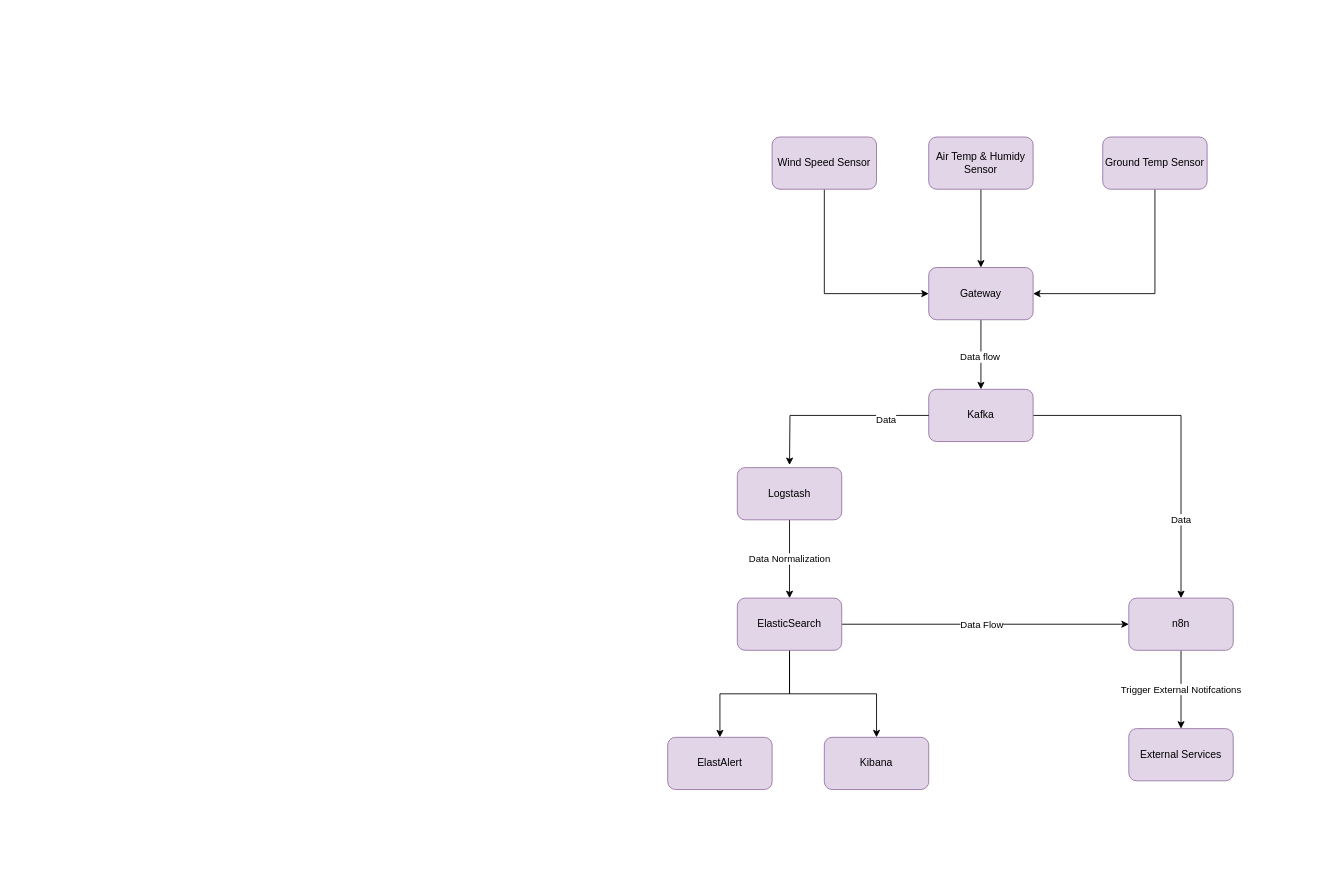
Earlier version of the draw.io diagram architecture/architecture.drawio (martaaoliveira/RAT_EOS_PC). Source tidied: cells renumbered, new cells numbered last; positions are measured from the earlier drawing's top-left corner, leaving out a move shared by most shapes. Both pictures are drawn from the tidied source at 87%, with x=0, y=0 at pixel (667, 137).
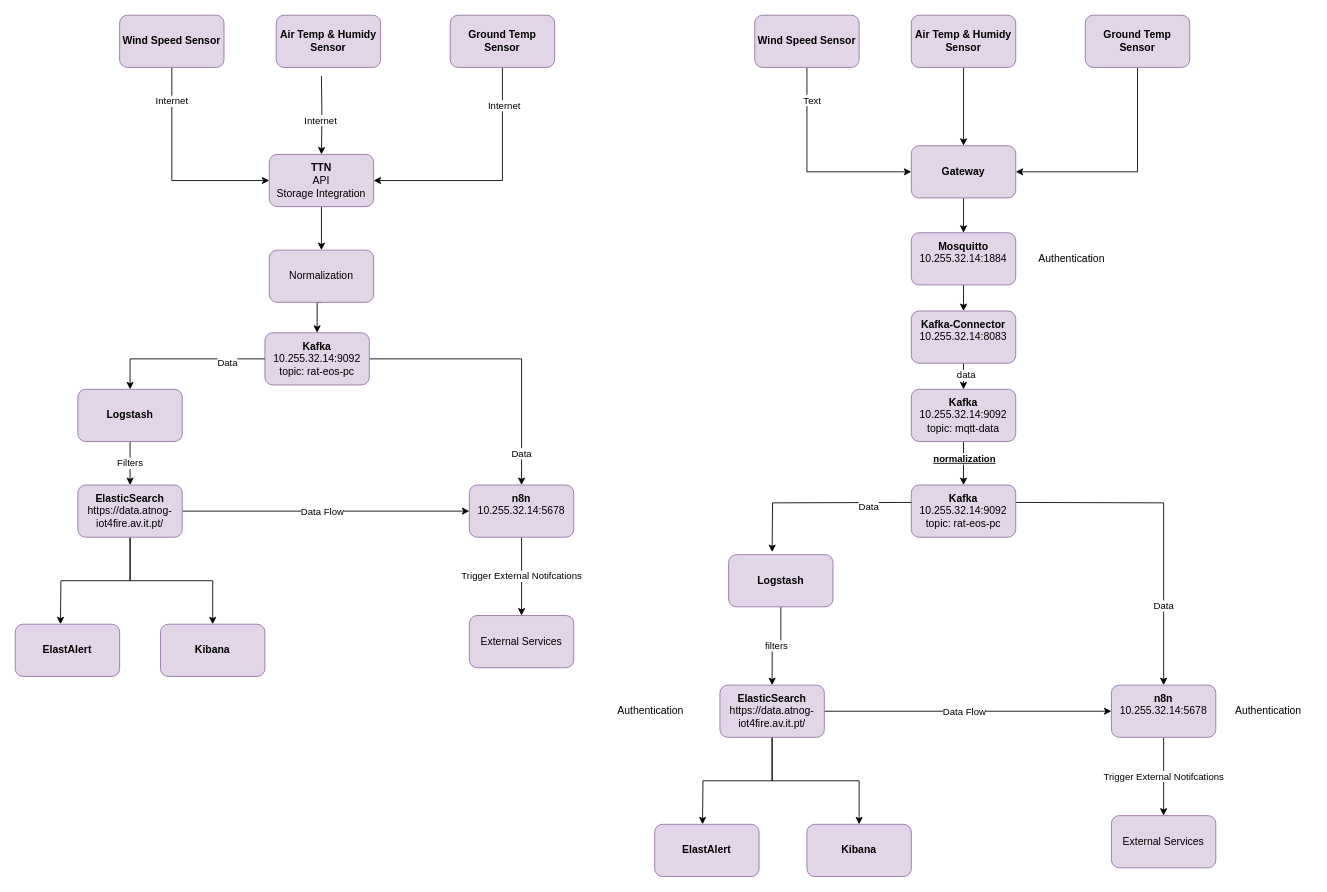
After the change.

The change refers to these unchanged cells:
```xml
<mxCell id="2" style="edgeStyle=orthogonalEdgeStyle;rounded=0;jettySize=auto;html=1;exitX=0.5;exitY=1;exitDx=0;exitDy=0;entryX=0;entryY=0.5;entryDx=0;entryDy=0;" parent="1" edge="1" source="3" target="10">
  <mxGeometry relative="1" as="geometry" />
</mxCell>
```

The edit, as a diff of the source:
```diff
@@
+    <mxCell id="28" value="Text" style="edgeLabel;html=1;align=center;verticalAlign=middle;" parent="2" vertex="1">
+      <mxGeometry x="-0.69" y="5" relative="1" as="geometry" />
+    </mxCell>
-    <mxCell id="3" value="Wind Speed Sensor" style="rounded=1;whiteSpace=wrap;html=1;fillColor=#e1d5e7;strokeColor=#9673a6;" parent="1" vertex="1">
-      <mxGeometry x="120" width="120" height="60" as="geometry" />
+    <mxCell id="3" value="&lt;b&gt;Wind Speed Sensor&lt;/b&gt;" style="rounded=1;whiteSpace=wrap;html=1;fillColor=#e1d5e7;strokeColor=#9673a6;" parent="1" vertex="1">
+      <mxGeometry x="100" y="-140" width="120" height="60" as="geometry" />
     </mxCell>
@@
-    <mxCell id="5" value="Air Temp &amp;amp; Humidy Sensor" style="rounded=1;whiteSpace=wrap;html=1;fillColor=#e1d5e7;strokeColor=#9673a6;" parent="1" vertex="1">
-      <mxGeometry x="300" width="120" height="60" as="geometry" />
+    <mxCell id="5" value="&lt;b&gt;Air Temp &amp;amp; Humidy Sensor&lt;/b&gt;" style="rounded=1;whiteSpace=wrap;html=1;fillColor=#e1d5e7;strokeColor=#9673a6;" parent="1" vertex="1">
+      <mxGeometry x="280" y="-140" width="120" height="60" as="geometry" />
     </mxCell>
@@
-    <mxCell id="7" value="Ground Temp Sensor" style="rounded=1;whiteSpace=wrap;html=1;fillColor=#e1d5e7;strokeColor=#9673a6;" parent="1" vertex="1">
-      <mxGeometry x="500" width="120" height="60" as="geometry" />
+    <mxCell id="7" value="&lt;b&gt;Ground Temp Sensor&lt;/b&gt;" style="rounded=1;whiteSpace=wrap;html=1;fillColor=#e1d5e7;strokeColor=#9673a6;" parent="1" vertex="1">
+      <mxGeometry x="480" y="-140" width="120" height="60" as="geometry" />
     </mxCell>
-    <mxCell id="8" style="edgeStyle=orthogonalEdgeStyle;rounded=0;jettySize=auto;html=1;exitX=0.5;exitY=1;exitDx=0;exitDy=0;entryX=0.5;entryY=0;entryDx=0;entryDy=0;" parent="1" edge="1" source="10" target="13">
-      <mxGeometry relative="1" as="geometry" />
-    </mxCell>
-    <mxCell id="9" value="Data flow" style="edgeLabel;html=1;align=center;verticalAlign=middle;" parent="8" vertex="1">
-      <mxGeometry x="0.06" y="-2" relative="1" as="geometry" />
-    </mxCell>
+    <mxCell id="29" style="edgeStyle=orthogonalEdgeStyle;rounded=0;jettySize=auto;html=1;exitX=0.5;exitY=1;exitDx=0;exitDy=0;entryX=0.5;entryY=0;entryDx=0;entryDy=0;" parent="1" edge="1" source="10" target="61">
+      <mxGeometry relative="1" as="geometry" />
+    </mxCell>
-    <mxCell id="10" value="Gateway" style="rounded=1;whiteSpace=wrap;html=1;fillColor=#e1d5e7;strokeColor=#9673a6;" parent="1" vertex="1">
-      <mxGeometry x="300" y="150" width="120" height="60" as="geometry" />
+    <mxCell id="10" value="&lt;b&gt;Gateway&lt;/b&gt;" style="rounded=1;whiteSpace=wrap;html=1;fillColor=#e1d5e7;strokeColor=#9673a6;" parent="1" vertex="1">
+      <mxGeometry x="280" y="10" width="120" height="60" as="geometry" />
     </mxCell>
-    <mxCell id="11" style="edgeStyle=orthogonalEdgeStyle;rounded=0;jettySize=auto;html=1;exitX=1;exitY=0.5;exitDx=0;exitDy=0;entryX=0.5;entryY=0;entryDx=0;entryDy=0;" parent="1" edge="1" source="13" target="17">
-      <mxGeometry relative="1" as="geometry" />
+    <mxCell id="11" style="edgeStyle=orthogonalEdgeStyle;rounded=0;jettySize=auto;html=1;exitX=1;exitY=0.5;exitDx=0;exitDy=0;entryX=0.5;entryY=0;entryDx=0;entryDy=0;" parent="1" edge="1" target="17">
+      <mxGeometry relative="1" as="geometry">
+        <mxPoint x="400" y="420" as="sourcePoint" />
+      </mxGeometry>
     </mxCell>
@@
-    <mxCell id="13" value="Kafka" style="rounded=1;whiteSpace=wrap;html=1;fillColor=#e1d5e7;strokeColor=#9673a6;" parent="1" vertex="1">
-      <mxGeometry x="300" y="290" width="120" height="60" as="geometry" />
+    <mxCell id="13" value="&lt;b&gt;Kafka&lt;/b&gt;&lt;div&gt;&lt;div&gt;10.255.32.14:9092&lt;/div&gt;&lt;/div&gt;&lt;div&gt;topic: rat-eos-pc&lt;br&gt;&lt;/div&gt;" style="rounded=1;whiteSpace=wrap;html=1;fillColor=#e1d5e7;strokeColor=#9673a6;" parent="1" vertex="1">
+      <mxGeometry x="280" y="400" width="120" height="60" as="geometry" />
     </mxCell>
-    <mxCell id="14" value="Data Normalization" style="edgeStyle=orthogonalEdgeStyle;rounded=0;jettySize=auto;html=1;exitX=0.5;exitY=1;exitDx=0;exitDy=0;" parent="1" edge="1" source="15" target="23">
+    <mxCell id="14" value="filters" style="edgeStyle=orthogonalEdgeStyle;rounded=0;jettySize=auto;html=1;exitX=0.5;exitY=1;exitDx=0;exitDy=0;" parent="1" edge="1" source="15" target="23">
       <mxGeometry relative="1" as="geometry" />
     </mxCell>
-    <mxCell id="15" value="Logstash" style="rounded=1;whiteSpace=wrap;html=1;fillColor=#e1d5e7;strokeColor=#9673a6;" parent="1" vertex="1">
-      <mxGeometry x="80" y="380" width="120" height="60" as="geometry" />
+    <mxCell id="15" value="&lt;b&gt;Logstash&lt;/b&gt;" style="rounded=1;whiteSpace=wrap;html=1;fillColor=#e1d5e7;strokeColor=#9673a6;" parent="1" vertex="1">
+      <mxGeometry x="70" y="480" width="120" height="60" as="geometry" />
     </mxCell>
@@
-    <mxCell id="17" value="n8n" style="rounded=1;whiteSpace=wrap;html=1;fillColor=#e1d5e7;strokeColor=#9673a6;" parent="1" vertex="1">
-      <mxGeometry x="530" y="530" width="120" height="60" as="geometry" />
+    <mxCell id="17" value="&lt;b&gt;n8n&lt;/b&gt;&lt;div&gt;&lt;div&gt;10.255.32.14:5678&lt;/div&gt;&lt;div&gt;&lt;br&gt;&lt;/div&gt;&lt;/div&gt;" style="rounded=1;whiteSpace=wrap;html=1;fillColor=#e1d5e7;strokeColor=#9673a6;" parent="1" vertex="1">
+      <mxGeometry x="510" y="630" width="120" height="60" as="geometry" />
     </mxCell>
     <mxCell id="18" value="External Services" style="rounded=1;whiteSpace=wrap;html=1;fillColor=#e1d5e7;strokeColor=#9673a6;" parent="1" vertex="1">
-      <mxGeometry x="530" y="680" width="120" height="60" as="geometry" />
+      <mxGeometry x="510" y="780" width="120" height="60" as="geometry" />
     </mxCell>
-    <mxCell id="19" style="edgeStyle=orthogonalEdgeStyle;rounded=0;jettySize=auto;html=1;exitX=0.5;exitY=1;exitDx=0;exitDy=0;entryX=0.5;entryY=0;entryDx=0;entryDy=0;" parent="1" edge="1" source="23" target="24">
-      <mxGeometry relative="1" as="geometry" />
+    <mxCell id="19" style="edgeStyle=orthogonalEdgeStyle;rounded=0;jettySize=auto;html=1;exitX=0.5;exitY=1;exitDx=0;exitDy=0;entryX=0.5;entryY=0;entryDx=0;entryDy=0;" parent="1" edge="1" source="23">
+      <mxGeometry relative="1" as="geometry">
+        <mxPoint x="40" y="790" as="targetPoint" />
+      </mxGeometry>
     </mxCell>
@@
-    <mxCell id="23" value="ElasticSearch" style="rounded=1;whiteSpace=wrap;html=1;fillColor=#e1d5e7;strokeColor=#9673a6;" parent="1" vertex="1">
-      <mxGeometry x="80" y="530" width="120" height="60" as="geometry" />
+    <mxCell id="23" value="&lt;b&gt;ElasticSearch&lt;/b&gt;&lt;div&gt;https://data.atnog-iot4fire.av.it.pt/&lt;br&gt;&lt;/div&gt;" style="rounded=1;whiteSpace=wrap;html=1;fillColor=#e1d5e7;strokeColor=#9673a6;" parent="1" vertex="1">
+      <mxGeometry x="60" y="630" width="120" height="60" as="geometry" />
     </mxCell>
-    <mxCell id="24" value="ElastAlert" style="rounded=1;whiteSpace=wrap;html=1;fillColor=#e1d5e7;strokeColor=#9673a6;" parent="1" vertex="1">
-      <mxGeometry y="690" width="120" height="60" as="geometry" />
+    <mxCell id="24" value="&lt;b&gt;ElastAlert&lt;/b&gt;" style="rounded=1;whiteSpace=wrap;html=1;fillColor=#e1d5e7;strokeColor=#9673a6;" parent="1" vertex="1">
+      <mxGeometry x="-15" y="790" width="120" height="60" as="geometry" />
     </mxCell>
-    <mxCell id="25" value="Kibana" style="rounded=1;whiteSpace=wrap;html=1;fillColor=#e1d5e7;strokeColor=#9673a6;" parent="1" vertex="1">
-      <mxGeometry x="180" y="690" width="120" height="60" as="geometry" />
+    <mxCell id="25" value="&lt;b&gt;Kibana&lt;/b&gt;" style="rounded=1;whiteSpace=wrap;html=1;fillColor=#e1d5e7;strokeColor=#9673a6;" parent="1" vertex="1">
+      <mxGeometry x="160" y="790" width="120" height="60" as="geometry" />
     </mxCell>
-    <mxCell id="26" style="edgeStyle=orthogonalEdgeStyle;rounded=0;jettySize=auto;html=1;exitX=0;exitY=0.5;exitDx=0;exitDy=0;" parent="1" edge="1" source="13">
+    <mxCell id="26" style="edgeStyle=orthogonalEdgeStyle;rounded=0;orthogonalLoop=1;jettySize=auto;html=1;exitX=0;exitY=0.5;exitDx=0;exitDy=0;" parent="1" edge="1">
       <mxGeometry relative="1" as="geometry">
-        <mxPoint x="140" y="377" as="targetPoint" />
+        <mxPoint x="280" y="420" as="sourcePoint" />
+        <mxPoint x="120" y="477" as="targetPoint" />
       </mxGeometry>
     </mxCell>
@@
+    <mxCell id="30" style="edgeStyle=orthogonalEdgeStyle;rounded=0;jettySize=auto;html=1;entryX=0;entryY=0.5;entryDx=0;entryDy=0;exitX=0.5;exitY=1;exitDx=0;exitDy=0;" parent="1" edge="1" source="32" target="40">
+      <mxGeometry relative="1" as="geometry" />
+    </mxCell>
+    <mxCell id="31" value="Internet" style="edgeLabel;html=1;align=center;verticalAlign=middle;" parent="30" vertex="1">
+      <mxGeometry x="-0.69" y="-1" relative="1" as="geometry" />
+    </mxCell>
+    <mxCell id="32" value="&lt;b&gt;Wind Speed Sensor&lt;/b&gt;" style="rounded=1;whiteSpace=wrap;html=1;fillColor=#e1d5e7;strokeColor=#9673a6;" parent="1" vertex="1">
+      <mxGeometry x="-630" y="-140" width="120" height="60" as="geometry" />
+    </mxCell>
+    <mxCell id="33" style="edgeStyle=orthogonalEdgeStyle;rounded=0;jettySize=auto;html=1;exitX=0.5;exitY=1;exitDx=0;exitDy=0;entryX=0.5;entryY=0;entryDx=0;entryDy=0;" parent="1" edge="1" target="40">
+      <mxGeometry relative="1" as="geometry">
+        <mxPoint x="-398" y="-70" as="sourcePoint" />
+      </mxGeometry>
+    </mxCell>
+    <mxCell id="34" value="Internet" style="edgeLabel;html=1;align=center;verticalAlign=middle;" parent="33" vertex="1">
+      <mxGeometry x="0.12" y="-2" relative="1" as="geometry" />
+    </mxCell>
+    <mxCell id="35" value="&lt;b&gt;Air Temp &amp;amp; Humidy Sensor&lt;/b&gt;" style="rounded=1;whiteSpace=wrap;html=1;fillColor=#e1d5e7;strokeColor=#9673a6;" parent="1" vertex="1">
+      <mxGeometry x="-450" y="-140" width="120" height="60" as="geometry" />
+    </mxCell>
+    <mxCell id="36" style="edgeStyle=orthogonalEdgeStyle;rounded=0;jettySize=auto;html=1;exitX=0.5;exitY=1;exitDx=0;exitDy=0;entryX=1;entryY=0.5;entryDx=0;entryDy=0;" parent="1" edge="1" source="38" target="40">
+      <mxGeometry relative="1" as="geometry" />
+    </mxCell>
+    <mxCell id="37" value="Internet" style="edgeLabel;html=1;align=center;verticalAlign=middle;" parent="36" vertex="1">
+      <mxGeometry x="-0.69" y="1" relative="1" as="geometry" />
+    </mxCell>
+    <mxCell id="38" value="&lt;b&gt;Ground Temp Sensor&lt;/b&gt;" style="rounded=1;whiteSpace=wrap;html=1;fillColor=#e1d5e7;strokeColor=#9673a6;" parent="1" vertex="1">
+      <mxGeometry x="-250" y="-140" width="120" height="60" as="geometry" />
+    </mxCell>
+    <mxCell id="39" style="edgeStyle=orthogonalEdgeStyle;rounded=0;jettySize=auto;html=1;exitX=0.5;exitY=1;exitDx=0;exitDy=0;entryX=0.5;entryY=0;entryDx=0;entryDy=0;" parent="1" edge="1" source="40" target="59">
+      <mxGeometry relative="1" as="geometry" />
+    </mxCell>
+    <mxCell id="40" value="&lt;b&gt;TTN&lt;/b&gt;&lt;br&gt;API&lt;br&gt;Storage Integration" style="rounded=1;whiteSpace=wrap;html=1;fillColor=#e1d5e7;strokeColor=#9673a6;" parent="1" vertex="1">
+      <mxGeometry x="-458" y="20" width="120" height="60" as="geometry" />
+    </mxCell>
+    <mxCell id="41" style="edgeStyle=orthogonalEdgeStyle;rounded=0;jettySize=auto;html=1;exitX=1;exitY=0.5;exitDx=0;exitDy=0;entryX=0.5;entryY=0;entryDx=0;entryDy=0;" parent="1" edge="1" source="43" target="47">
+      <mxGeometry relative="1" as="geometry" />
+    </mxCell>
+    <mxCell id="42" value="Data" style="edgeLabel;html=1;align=center;verticalAlign=middle;" parent="41" vertex="1">
+      <mxGeometry x="0.52" y="-1" relative="1" as="geometry">
+        <mxPoint y="40" as="offset" />
+      </mxGeometry>
+    </mxCell>
+    <mxCell id="43" value="&lt;b&gt;Kafka&lt;/b&gt;&lt;div&gt;10.255.32.14:9092&lt;/div&gt;&lt;div&gt;topic: rat-eos-pc&lt;/div&gt;" style="rounded=1;whiteSpace=wrap;html=1;fillColor=#e1d5e7;strokeColor=#9673a6;" parent="1" vertex="1">
+      <mxGeometry x="-463" y="225" width="120" height="60" as="geometry" />
+    </mxCell>
+    <mxCell id="44" value="Filters" style="edgeStyle=orthogonalEdgeStyle;rounded=0;jettySize=auto;html=1;exitX=0.5;exitY=1;exitDx=0;exitDy=0;" parent="1" edge="1" source="45" target="53">
+      <mxGeometry relative="1" as="geometry" />
+    </mxCell>
+    <mxCell id="45" value="&lt;b&gt;Logstash&lt;/b&gt;" style="rounded=1;whiteSpace=wrap;html=1;fillColor=#e1d5e7;strokeColor=#9673a6;" parent="1" vertex="1">
+      <mxGeometry x="-678" y="290" width="120" height="60" as="geometry" />
+    </mxCell>
+    <mxCell id="46" value="Trigger External Notifcations" style="edgeStyle=orthogonalEdgeStyle;rounded=0;jettySize=auto;html=1;exitX=0.5;exitY=1;exitDx=0;exitDy=0;entryX=0.5;entryY=0;entryDx=0;entryDy=0;" parent="1" edge="1" source="47" target="48">
+      <mxGeometry relative="1" as="geometry" />
+    </mxCell>
+    <mxCell id="47" value="&lt;b&gt;n8n&lt;/b&gt;&lt;div&gt;&lt;div&gt;10.255.32.14:5678&lt;/div&gt;&lt;/div&gt;&lt;div&gt;&lt;br&gt;&lt;/div&gt;" style="rounded=1;whiteSpace=wrap;html=1;fillColor=#e1d5e7;strokeColor=#9673a6;" parent="1" vertex="1">
+      <mxGeometry x="-228" y="400" width="120" height="60" as="geometry" />
+    </mxCell>
+    <mxCell id="48" value="External Services" style="rounded=1;whiteSpace=wrap;html=1;fillColor=#e1d5e7;strokeColor=#9673a6;" parent="1" vertex="1">
+      <mxGeometry x="-228" y="550" width="120" height="60" as="geometry" />
+    </mxCell>
+    <mxCell id="49" style="edgeStyle=orthogonalEdgeStyle;rounded=0;jettySize=auto;html=1;exitX=0.5;exitY=1;exitDx=0;exitDy=0;entryX=0.5;entryY=0;entryDx=0;entryDy=0;" parent="1" edge="1" source="53">
+      <mxGeometry relative="1" as="geometry">
+        <mxPoint x="-698" y="560" as="targetPoint" />
+      </mxGeometry>
+    </mxCell>
+    <mxCell id="50" style="edgeStyle=orthogonalEdgeStyle;rounded=0;jettySize=auto;html=1;exitX=0.5;exitY=1;exitDx=0;exitDy=0;entryX=0.5;entryY=0;entryDx=0;entryDy=0;" parent="1" edge="1" source="53" target="55">
+      <mxGeometry relative="1" as="geometry" />
+    </mxCell>
+    <mxCell id="51" style="edgeStyle=orthogonalEdgeStyle;rounded=0;jettySize=auto;html=1;exitX=1;exitY=0.5;exitDx=0;exitDy=0;" parent="1" edge="1" source="53" target="47">
+      <mxGeometry relative="1" as="geometry" />
+    </mxCell>
+    <mxCell id="52" value="Data Flow" style="edgeLabel;html=1;align=center;verticalAlign=middle;" parent="51" vertex="1">
+      <mxGeometry x="0.46" y="-1" relative="1" as="geometry">
+        <mxPoint x="-81" y="-1" as="offset" />
+      </mxGeometry>
+    </mxCell>
+    <mxCell id="53" value="&lt;b&gt;ElasticSearch&lt;/b&gt;&lt;div&gt;https://data.atnog-iot4fire.av.it.pt/&lt;br&gt;&lt;/div&gt;" style="rounded=1;whiteSpace=wrap;html=1;fillColor=#e1d5e7;strokeColor=#9673a6;" parent="1" vertex="1">
+      <mxGeometry x="-678" y="400" width="120" height="60" as="geometry" />
+    </mxCell>
+    <mxCell id="54" value="&lt;b&gt;ElastAlert&lt;/b&gt;" style="rounded=1;whiteSpace=wrap;html=1;fillColor=#e1d5e7;strokeColor=#9673a6;" parent="1" vertex="1">
+      <mxGeometry x="-750" y="560" width="120" height="60" as="geometry" />
+    </mxCell>
+    <mxCell id="55" value="&lt;b&gt;Kibana&lt;/b&gt;" style="rounded=1;whiteSpace=wrap;html=1;fillColor=#e1d5e7;strokeColor=#9673a6;" parent="1" vertex="1">
+      <mxGeometry x="-583" y="560" width="120" height="60" as="geometry" />
+    </mxCell>
+    <mxCell id="56" style="edgeStyle=orthogonalEdgeStyle;rounded=0;jettySize=auto;html=1;exitX=0;exitY=0.5;exitDx=0;exitDy=0;entryX=0.5;entryY=0;entryDx=0;entryDy=0;" parent="1" edge="1" source="43" target="45">
+      <mxGeometry relative="1" as="geometry" />
+    </mxCell>
+    <mxCell id="57" value="Data" style="edgeLabel;html=1;align=center;verticalAlign=middle;" parent="56" vertex="1">
+      <mxGeometry x="-0.54" y="4" relative="1" as="geometry" />
+    </mxCell>
+    <mxCell id="58" style="edgeStyle=orthogonalEdgeStyle;rounded=0;jettySize=auto;html=1;exitX=0.5;exitY=1;exitDx=0;exitDy=0;entryX=0.5;entryY=0;entryDx=0;entryDy=0;" parent="1" edge="1" source="59" target="43">
+      <mxGeometry relative="1" as="geometry" />
+    </mxCell>
+    <mxCell id="59" value="Normalization" style="rounded=1;whiteSpace=wrap;html=1;fillColor=#e1d5e7;strokeColor=#9673a6;" parent="1" vertex="1">
+      <mxGeometry x="-458" y="130" width="120" height="60" as="geometry" />
+    </mxCell>
+    <mxCell id="60" style="edgeStyle=orthogonalEdgeStyle;rounded=0;jettySize=auto;html=1;exitX=0.5;exitY=1;exitDx=0;exitDy=0;entryX=0.5;entryY=0;entryDx=0;entryDy=0;" parent="1" edge="1" source="61" target="64">
+      <mxGeometry relative="1" as="geometry" />
+    </mxCell>
+    <mxCell id="61" value="&lt;b&gt;Mosquitto&lt;/b&gt;&lt;div&gt;&lt;div&gt;10.255.32.14:1884&lt;/div&gt;&lt;/div&gt;&lt;div&gt;&lt;br&gt;&lt;/div&gt;" style="rounded=1;whiteSpace=wrap;html=1;fillColor=#e1d5e7;strokeColor=#9673a6;" parent="1" vertex="1">
+      <mxGeometry x="280" y="110" width="120" height="60" as="geometry" />
+    </mxCell>
+    <mxCell id="62" style="edgeStyle=orthogonalEdgeStyle;rounded=0;jettySize=auto;html=1;exitX=0.5;exitY=1;exitDx=0;exitDy=0;entryX=0.5;entryY=0;entryDx=0;entryDy=0;" parent="1" edge="1" source="64" target="67">
+      <mxGeometry relative="1" as="geometry" />
+    </mxCell>
+    <mxCell id="63" value="data" style="edgeLabel;html=1;align=center;verticalAlign=middle;" parent="62" vertex="1">
+      <mxGeometry x="-0.13" y="2" relative="1" as="geometry" />
+    </mxCell>
+    <mxCell id="64" value="&lt;b&gt;Kafka-Connector&lt;/b&gt;&lt;div&gt;&lt;div&gt;10.255.32.14:8083&lt;/div&gt;&lt;/div&gt;&lt;div&gt;&lt;br&gt;&lt;/div&gt;" style="rounded=1;whiteSpace=wrap;html=1;fillColor=#e1d5e7;strokeColor=#9673a6;" parent="1" vertex="1">
+      <mxGeometry x="280" y="200" width="120" height="60" as="geometry" />
+    </mxCell>
+    <mxCell id="65" style="edgeStyle=orthogonalEdgeStyle;rounded=0;jettySize=auto;html=1;exitX=0.5;exitY=1;exitDx=0;exitDy=0;entryX=0.5;entryY=0;entryDx=0;entryDy=0;" parent="1" edge="1" source="67" target="13">
+      <mxGeometry relative="1" as="geometry" />
+    </mxCell>
+    <mxCell id="66" value="&lt;u&gt;&lt;b&gt;normalization&lt;/b&gt;&lt;/u&gt;" style="edgeLabel;html=1;align=center;verticalAlign=middle;" parent="65" vertex="1">
+      <mxGeometry x="-0.4" y="-1" relative="1" as="geometry">
+        <mxPoint x="1" y="4" as="offset" />
+      </mxGeometry>
+    </mxCell>
+    <mxCell id="67" value="&lt;b&gt;Kafka&lt;/b&gt;&lt;div&gt;&lt;div&gt;10.255.32.14:9092&lt;/div&gt;&lt;/div&gt;&lt;div&gt;topic: mqtt-data&lt;br&gt;&lt;/div&gt;" style="rounded=1;whiteSpace=wrap;html=1;fillColor=#e1d5e7;strokeColor=#9673a6;" parent="1" vertex="1">
+      <mxGeometry x="280" y="290" width="120" height="60" as="geometry" />
+    </mxCell>
+    <mxCell id="68" value="Authentication" style="text;html=1;align=center;verticalAlign=middle;strokeColor=none;fillColor=none;" parent="1" vertex="1">
+      <mxGeometry x="414" y="125" width="100" height="30" as="geometry" />
+    </mxCell>
+    <mxCell id="69" value="Authentication" style="text;html=1;align=center;verticalAlign=middle;strokeColor=none;fillColor=none;" parent="1" vertex="1">
+      <mxGeometry x="-70" y="645" width="100" height="30" as="geometry" />
+    </mxCell>
+    <mxCell id="70" value="Authentication" style="text;html=1;align=center;verticalAlign=middle;strokeColor=none;fillColor=none;" parent="1" vertex="1">
+      <mxGeometry x="640" y="645" width="100" height="30" as="geometry" />
+    </mxCell>
```
